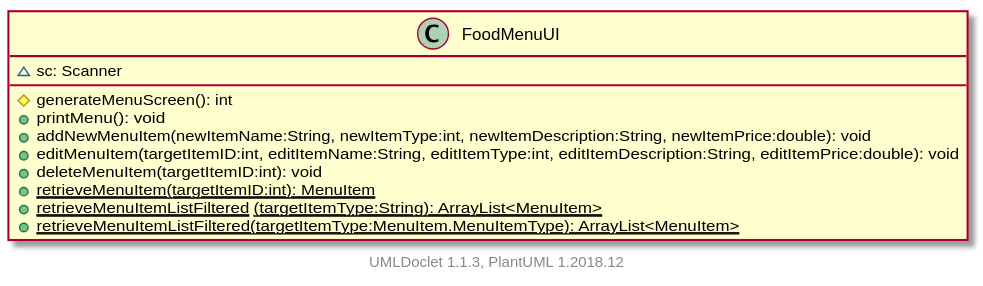
Earlier version of the PlantUML export projects/oodp/html/umlversion/uml/sg.edu.ntu.scse.cz2002.ui.FoodMenuUI.svg (itachi1706/How-to-use-Git-NTUSCSE1819-Site).
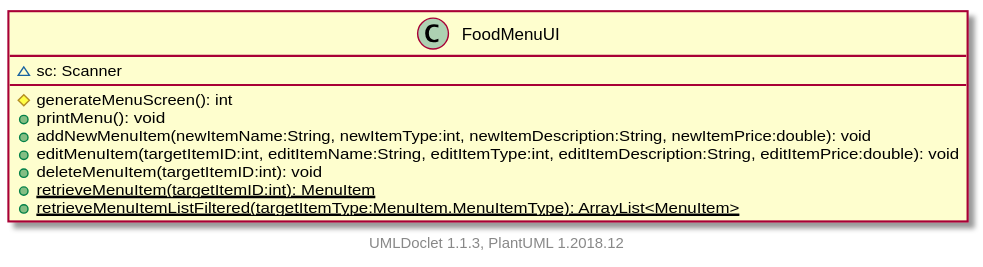
After the change.

What changed in the source:
```diff
@@ -8,7 +8,6 @@
         +editMenuItem(targetItemID:int, editItemName:String, editItemType:int, editItemDescription:String, editItemPrice:double): void
         +deleteMenuItem(targetItemID:int): void
         {static} +retrieveMenuItem(targetItemID:int): MenuItem
-        {static} + --retrieveMenuItemListFiltered-- (targetItemType:String): ArrayList<MenuItem>
         {static} +retrieveMenuItemListFiltered(targetItemType:MenuItem.MenuItemType): ArrayList<MenuItem>
     }
 
```
